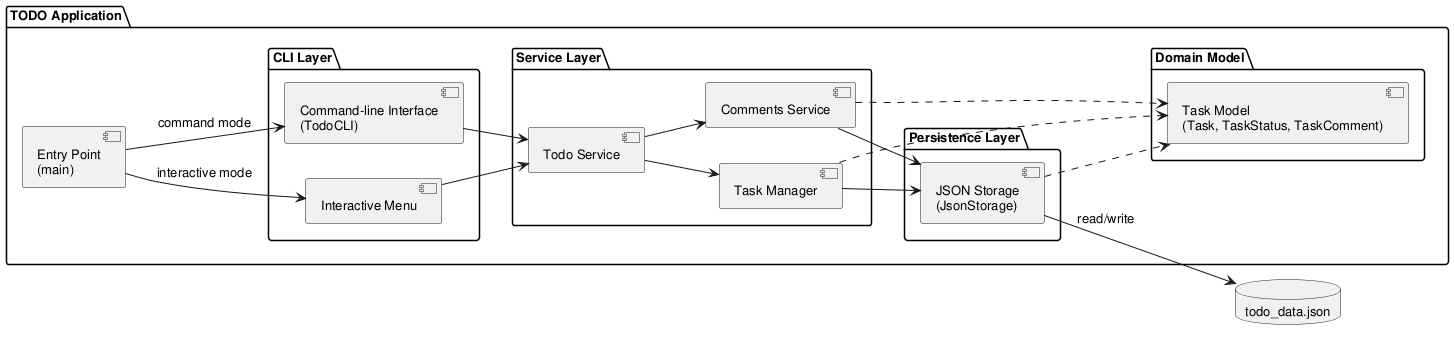
This is experiments/broadcast/user_stories/TODO/artifacts/component_diagram.png from DanielRiha8906/Software_autoevolution_using_agents, a PlantUML export, as it was before one commit.
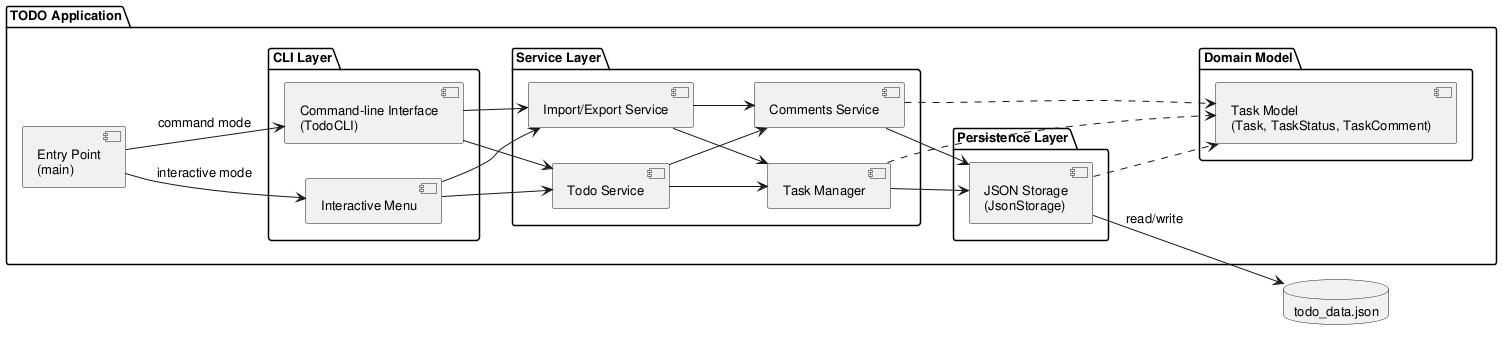
After the change.

Change to the diagram source:
```diff
@@ -18,6 +18,7 @@
         component "Todo Service" as SVC
         component "Task Manager" as MGR
         component "Comments Service" as CSVC
+        component "Import/Export Service" as IES
     }
 
     package "Domain Model" {
@@ -35,10 +36,14 @@
 Main --> CLI : command mode
 
 IM --> SVC
+IM --> IES
 CLI --> SVC
+CLI --> IES
 
 SVC --> MGR
 SVC --> CSVC
+IES --> MGR
+IES --> CSVC
 MGR --> Storage
 CSVC --> Storage
 MGR ..> Model
```
